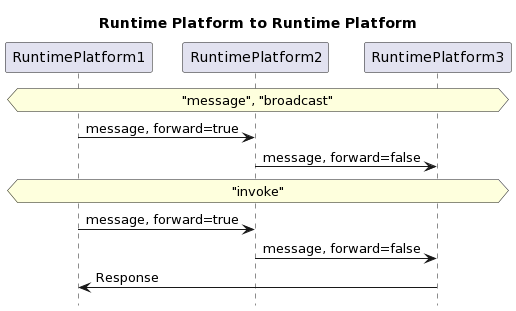
Above: doc/img/messages-rp-rp.png in GT-ARC/opaca-core (PlantUML), before the change. Source of this version:
```plantuml
@startuml
hide footbox
participant RuntimePlatform1 as RP1
participant RuntimePlatform2 as RP2
participant RuntimePlatform3 as RP3

title Runtime Platform to Runtime Platform

hnote across: "message", "broadcast"
RP1 -> RP2 : message, forward=true
RP2 -> RP3 : message, forward=false

hnote across: "invoke"
RP1 -> RP2 : message, forward=true
RP2 -> RP3 : message, forward=false
RP3 -> RP1 : Response
@enduml
```
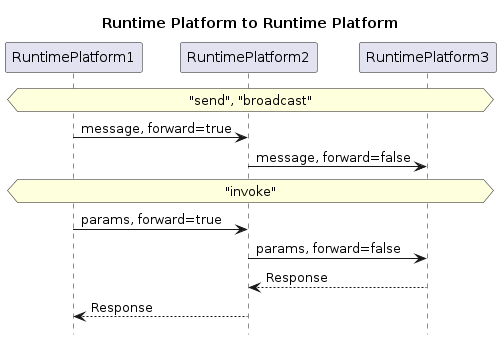
After the change.

Diff of the diagram source:
```diff
@@ -6,12 +6,13 @@
 
 title Runtime Platform to Runtime Platform
 
-hnote across: "message", "broadcast"
+hnote across: "send", "broadcast"
 RP1 -> RP2 : message, forward=true
 RP2 -> RP3 : message, forward=false
 
 hnote across: "invoke"
-RP1 -> RP2 : message, forward=true
-RP2 -> RP3 : message, forward=false
-RP3 -> RP1 : Response
+RP1 -> RP2 : params, forward=true
+RP2 -> RP3 : params, forward=false
+RP3 --> RP2 : Response
+RP2 --> RP1 : Response
 @enduml
```
